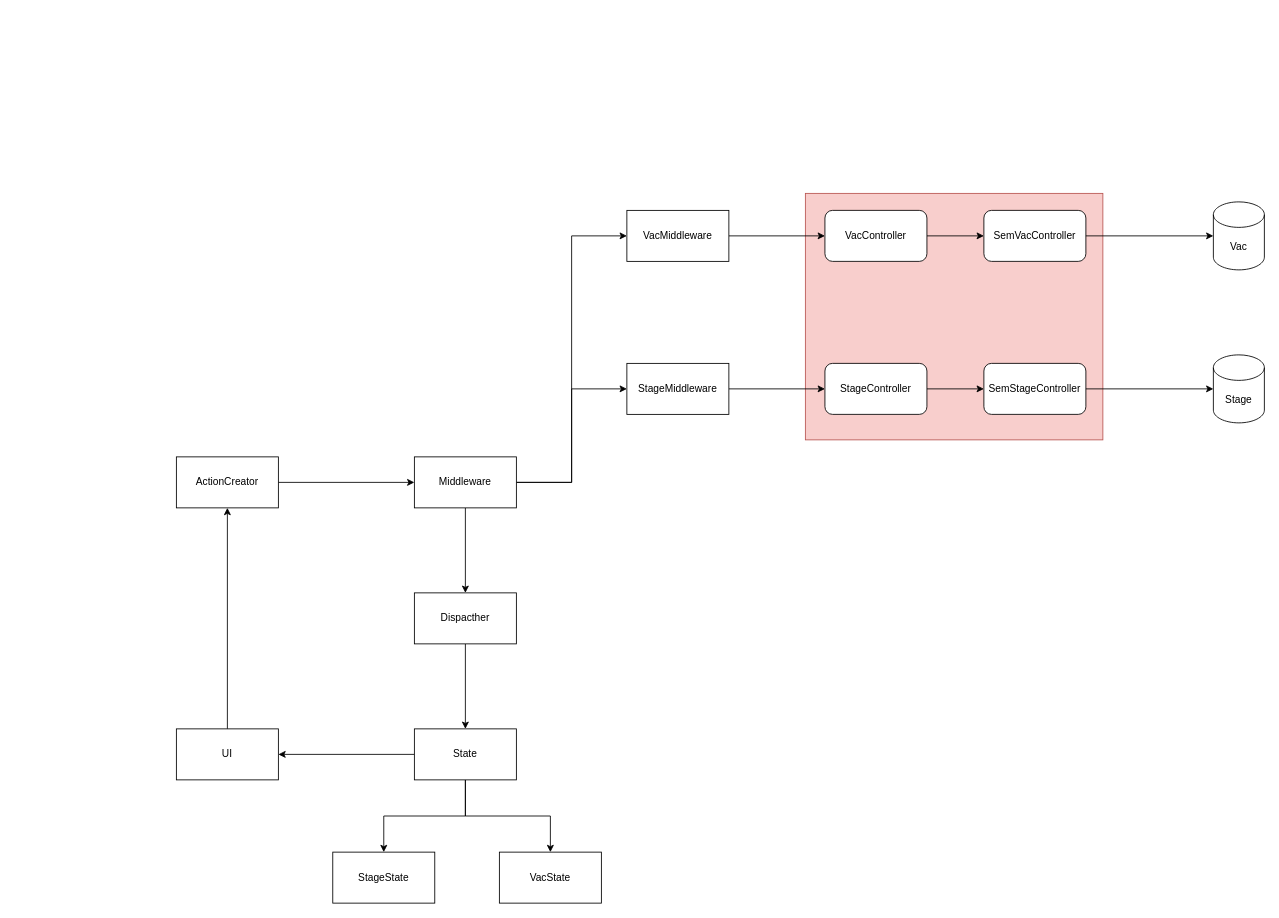
This is page "Qt Flux" (5 of 5) of 系统结构图.drawio from SolarAA-11/drawio, a draw.io file, before an edit. Source tidied: cells renumbered, new cells numbered last; positions are measured from the earlier drawing's top-left corner, leaving out a move shared by most shapes. Both pictures are drawn from the tidied source at 85%, with x=0, y=0 at pixel (176, 193).
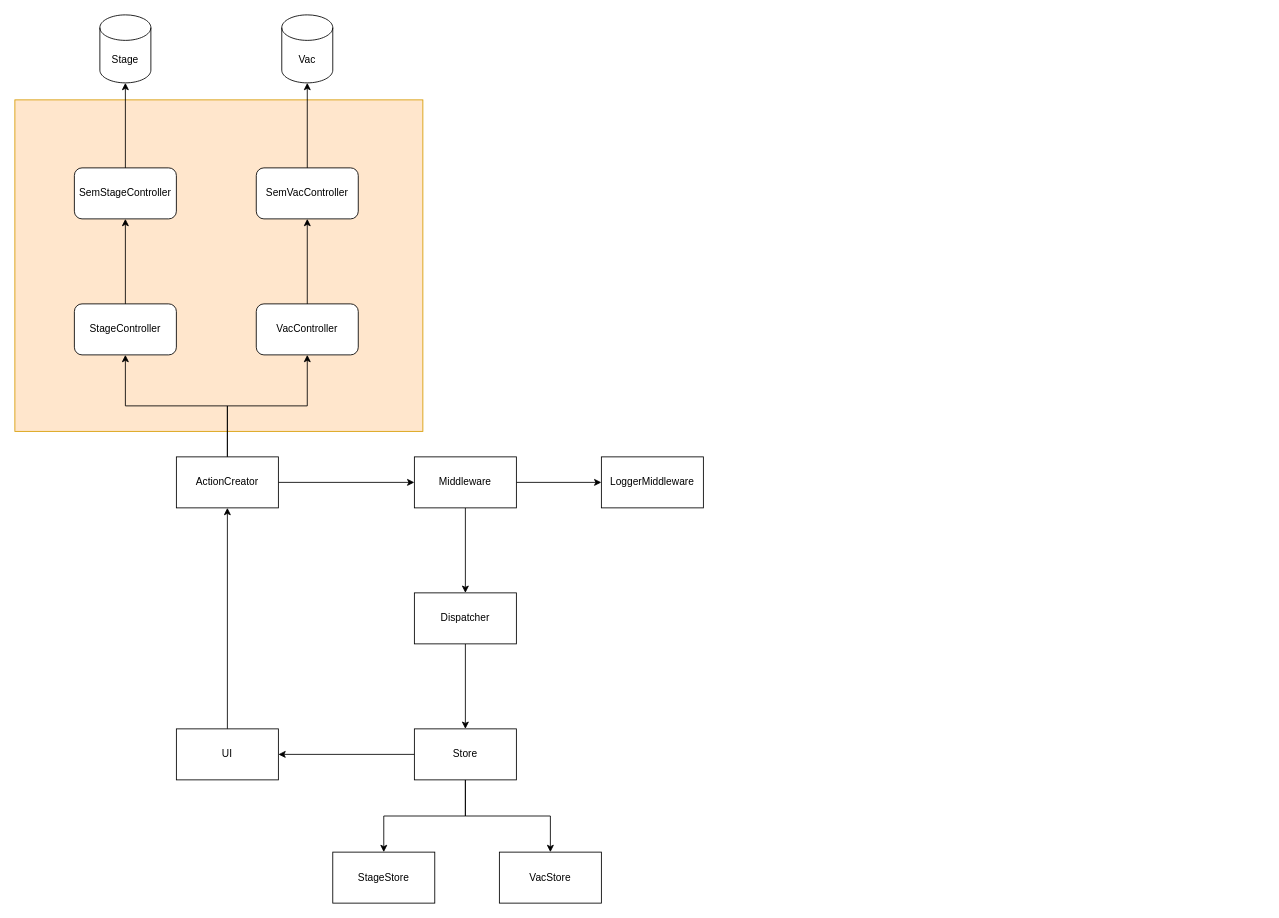
The same diagram, later.

Commit message:
更新系统结构图.drawio

The change refers to these unchanged cells:
```xml
<mxCell id="10" value="ActionCreator" style="rounded=0;whiteSpace=wrap;html=1;" parent="1" vertex="1">
  <mxGeometry y="310" width="120" height="60" as="geometry" />
</mxCell>
<mxCell id="14" value="Middleware" style="rounded=0;whiteSpace=wrap;html=1;" parent="1" vertex="1">
  <mxGeometry x="280" y="310" width="120" height="60" as="geometry" />
</mxCell>
```

Diff of the diagram source:
```diff
@@
-    <mxCell id="2" style="rounded=0;whiteSpace=wrap;html=1;fillColor=#f8cecc;strokeColor=#b85450;" parent="1" vertex="1">
-      <mxGeometry x="740" width="350" height="290" as="geometry" />
-    </mxCell>
+    <mxCell id="33" style="rounded=0;whiteSpace=wrap;html=1;fillColor=#ffe6cc;strokeColor=#d79b00;" parent="1" vertex="1">
+      <mxGeometry x="-190" y="-110" width="480" height="390" as="geometry" />
+    </mxCell>
@@
-    <mxCell id="8" value="State" style="rounded=0;whiteSpace=wrap;html=1;" parent="1" vertex="1">
+    <mxCell id="8" value="Store" style="rounded=0;whiteSpace=wrap;html=1;" parent="1" vertex="1">
       <mxGeometry x="280" y="630" width="120" height="60" as="geometry" />
     </mxCell>
@@
+    <mxCell id="34" style="edgeStyle=orthogonalEdgeStyle;rounded=0;jettySize=auto;html=1;entryX=0.5;entryY=1;entryDx=0;entryDy=0;" parent="1" edge="1" source="10" target="24">
+      <mxGeometry relative="1" as="geometry" />
+    </mxCell>
+    <mxCell id="35" style="edgeStyle=orthogonalEdgeStyle;rounded=0;jettySize=auto;html=1;entryX=0.5;entryY=1;entryDx=0;entryDy=0;" parent="1" edge="1" source="10" target="22">
+      <mxGeometry relative="1" as="geometry" />
+    </mxCell>
@@
-    <mxCell id="12" style="edgeStyle=orthogonalEdgeStyle;rounded=0;jettySize=auto;html=1;entryX=0;entryY=0.5;entryDx=0;entryDy=0;" parent="1" edge="1" source="14" target="18">
-      <mxGeometry relative="1" as="geometry" />
-    </mxCell>
-    <mxCell id="13" style="edgeStyle=orthogonalEdgeStyle;rounded=0;jettySize=auto;html=1;entryX=0;entryY=0.5;entryDx=0;entryDy=0;" parent="1" edge="1" source="14" target="20">
-      <mxGeometry relative="1" as="geometry" />
-    </mxCell>
+    <mxCell id="36" style="edgeStyle=orthogonalEdgeStyle;rounded=0;jettySize=auto;html=1;entryX=0;entryY=0.5;entryDx=0;entryDy=0;" parent="1" edge="1" source="14" target="37">
+      <mxGeometry relative="1" as="geometry" />
+    </mxCell>
@@
-    <mxCell id="16" value="Dispacther" style="rounded=0;whiteSpace=wrap;html=1;" parent="1" vertex="1">
+    <mxCell id="16" value="Dispatcher" style="rounded=0;whiteSpace=wrap;html=1;" parent="1" vertex="1">
       <mxGeometry x="280" y="470" width="120" height="60" as="geometry" />
     </mxCell>
-    <mxCell id="17" style="edgeStyle=orthogonalEdgeStyle;rounded=0;jettySize=auto;html=1;entryX=0;entryY=0.5;entryDx=0;entryDy=0;" parent="1" edge="1" source="18" target="24">
-      <mxGeometry relative="1" as="geometry" />
-    </mxCell>
-    <mxCell id="18" value="StageMiddleware" style="rounded=0;whiteSpace=wrap;html=1;" parent="1" vertex="1">
-      <mxGeometry x="530" y="200" width="120" height="60" as="geometry" />
-    </mxCell>
-    <mxCell id="19" style="edgeStyle=orthogonalEdgeStyle;rounded=0;jettySize=auto;html=1;" parent="1" edge="1" source="20" target="22">
-      <mxGeometry relative="1" as="geometry" />
-    </mxCell>
-    <mxCell id="20" value="VacMiddleware" style="rounded=0;whiteSpace=wrap;html=1;" parent="1" vertex="1">
-      <mxGeometry x="530" y="20" width="120" height="60" as="geometry" />
-    </mxCell>
@@
     <mxCell id="22" value="VacController" style="rounded=1;whiteSpace=wrap;html=1;" parent="1" vertex="1">
-      <mxGeometry x="763" y="20" width="120" height="60" as="geometry" />
+      <mxGeometry x="94" y="130" width="120" height="60" as="geometry" />
     </mxCell>
@@
     <mxCell id="24" value="StageController" style="rounded=1;whiteSpace=wrap;html=1;" parent="1" vertex="1">
-      <mxGeometry x="763" y="200" width="120" height="60" as="geometry" />
+      <mxGeometry x="-120" y="130" width="120" height="60" as="geometry" />
     </mxCell>
+    <mxCell id="30" style="edgeStyle=orthogonalEdgeStyle;rounded=0;jettySize=auto;html=1;" parent="1" edge="1" source="25" target="27">
+      <mxGeometry relative="1" as="geometry" />
+    </mxCell>
     <mxCell id="25" value="SemVacController" style="rounded=1;whiteSpace=wrap;html=1;" parent="1" vertex="1">
-      <mxGeometry x="950" y="20" width="120" height="60" as="geometry" />
+      <mxGeometry x="94" y="-30" width="120" height="60" as="geometry" />
     </mxCell>
     <mxCell id="26" value="SemStageController" style="rounded=1;whiteSpace=wrap;html=1;" parent="1" vertex="1">
-      <mxGeometry x="950" y="200" width="120" height="60" as="geometry" />
+      <mxGeometry x="-120" y="-30" width="120" height="60" as="geometry" />
     </mxCell>
     <mxCell id="27" value="Vac" style="shape=cylinder3;whiteSpace=wrap;html=1;boundedLbl=1;backgroundOutline=1;size=15;" parent="1" vertex="1">
-      <mxGeometry x="1220" y="10" width="60" height="80" as="geometry" />
+      <mxGeometry x="124" y="-210" width="60" height="80" as="geometry" />
     </mxCell>
     <mxCell id="28" value="Stage" style="shape=cylinder3;whiteSpace=wrap;html=1;boundedLbl=1;backgroundOutline=1;size=15;" parent="1" vertex="1">
-      <mxGeometry x="1220" y="190" width="60" height="80" as="geometry" />
+      <mxGeometry x="-90" y="-210" width="60" height="80" as="geometry" />
     </mxCell>
-    <mxCell id="29" style="edgeStyle=orthogonalEdgeStyle;rounded=0;jettySize=auto;html=1;entryX=0;entryY=0.5;entryDx=0;entryDy=0;entryPerimeter=0;" parent="1" edge="1" source="26" target="28">
-      <mxGeometry relative="1" as="geometry" />
-    </mxCell>
-    <mxCell id="30" style="edgeStyle=orthogonalEdgeStyle;rounded=0;jettySize=auto;html=1;entryX=0;entryY=0.5;entryDx=0;entryDy=0;entryPerimeter=0;" parent="1" edge="1" source="25" target="27">
-      <mxGeometry relative="1" as="geometry" />
-    </mxCell>
-    <mxCell id="31" value="StageState" style="rounded=0;whiteSpace=wrap;html=1;" parent="1" vertex="1">
+    <mxCell id="31" value="StageStore" style="rounded=0;whiteSpace=wrap;html=1;" parent="1" vertex="1">
       <mxGeometry x="184" y="775" width="120" height="60" as="geometry" />
     </mxCell>
-    <mxCell id="32" value="VacState" style="rounded=0;whiteSpace=wrap;html=1;" parent="1" vertex="1">
+    <mxCell id="32" value="VacStore" style="rounded=0;whiteSpace=wrap;html=1;" parent="1" vertex="1">
       <mxGeometry x="380" y="775" width="120" height="60" as="geometry" />
     </mxCell>
+    <mxCell id="37" value="LoggerMiddleware" style="rounded=0;whiteSpace=wrap;html=1;" parent="1" vertex="1">
+      <mxGeometry x="500" y="310" width="120" height="60" as="geometry" />
+    </mxCell>
+    <mxCell id="29" style="edgeStyle=orthogonalEdgeStyle;rounded=0;jettySize=auto;html=1;entryX=0.5;entryY=1;entryDx=0;entryDy=0;entryPerimeter=0;" parent="1" edge="1" source="26" target="28">
+      <mxGeometry relative="1" as="geometry" />
+    </mxCell>
```
